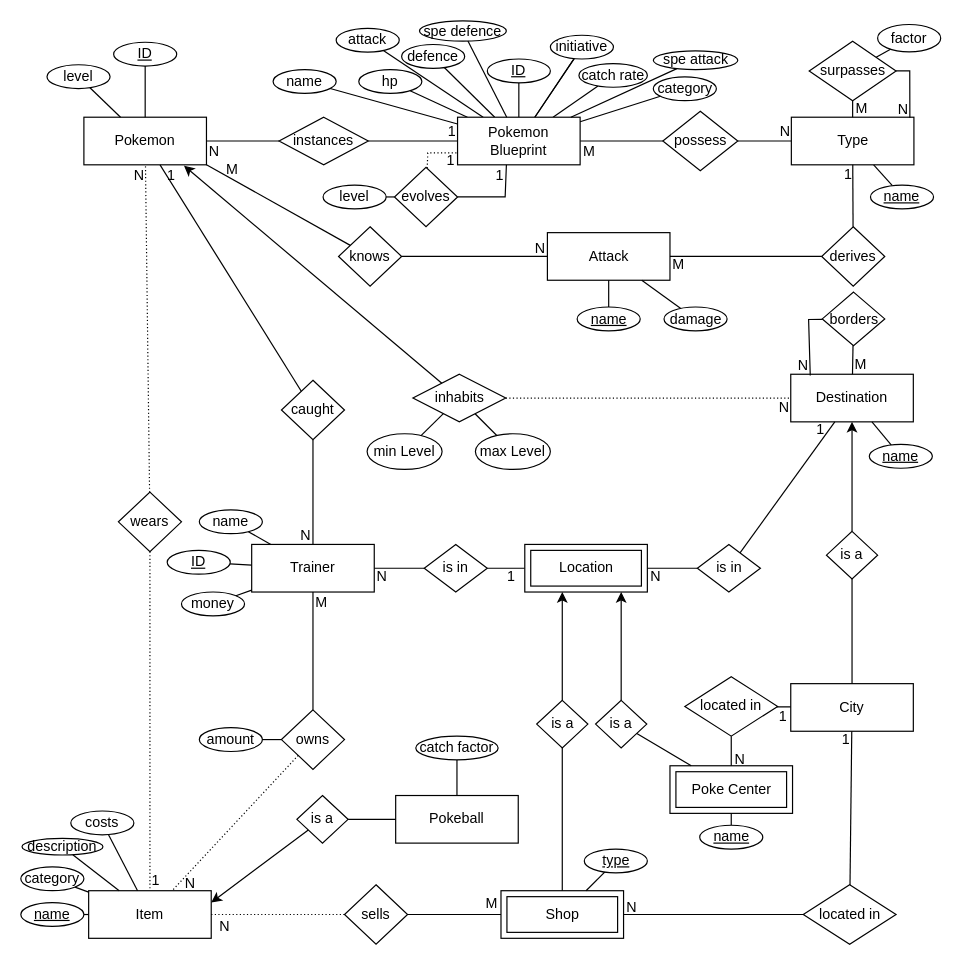
Above: Projekt/Pokemon Scuffed Grey.drawio in mypictur3esforu/Pokemon-Scuffed-Grey (draw.io), before the change. Source tidied: cells renumbered, new cells numbered last; positions are measured from the earlier drawing's top-left corner, leaving out a move shared by most shapes. Both pictures are drawn from the tidied source at 119%, with x=0, y=0 at pixel (20, 20).
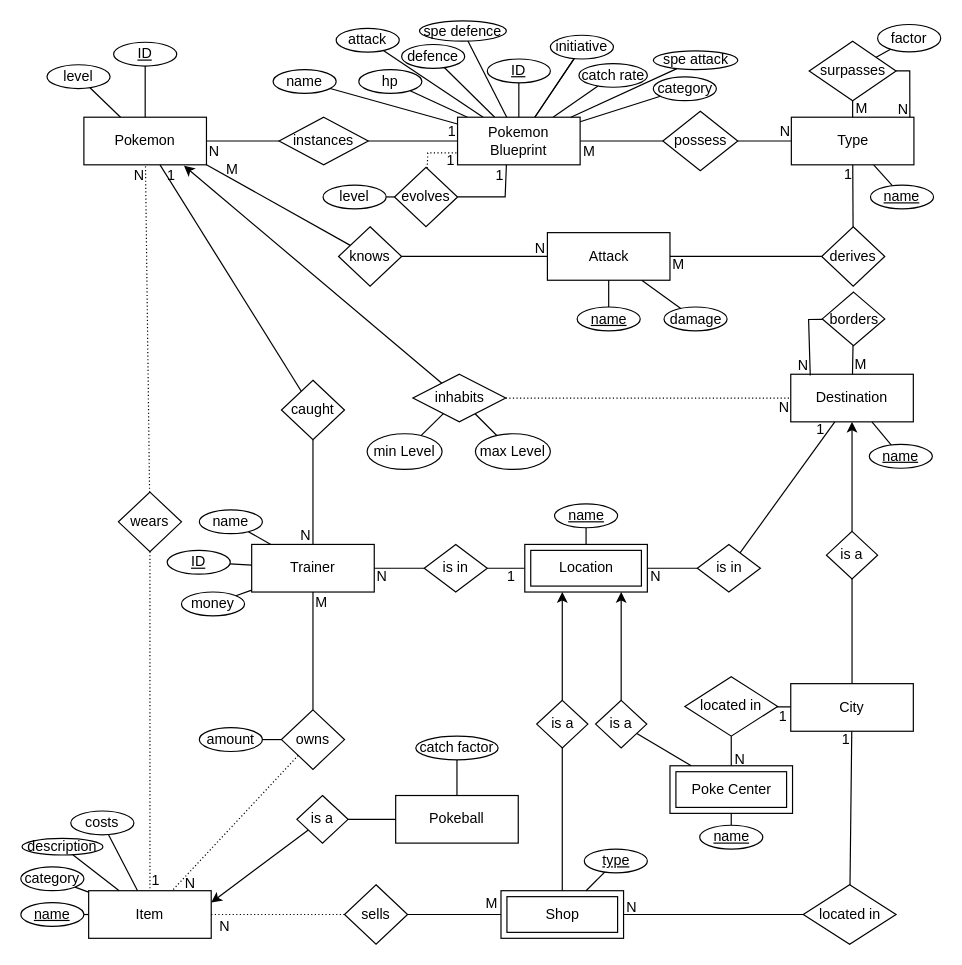
Above is the later version.

Commit message:
Primary key for Location added

Unchanged cells that the change refers to:
```xml
<mxCell id="157" value="Location" style="shape=ext;margin=3;double=1;whiteSpace=wrap;html=1;align=center;" parent="1" vertex="1">
  <mxGeometry x="423.5" y="440" width="103" height="40" as="geometry" />
</mxCell>
```

The edit, as a diff of the source:
```diff
@@
+    <mxCell id="169" value="name" style="ellipse;whiteSpace=wrap;html=1;align=center;fontStyle=4;" parent="1" vertex="1">
+      <mxGeometry x="448.5" y="406" width="53" height="20" as="geometry" />
+    </mxCell>
+    <mxCell id="170" style="endArrow=none;html=1;rounded=0;elbow=vertical;" parent="1" edge="1" source="169" target="157">
+      <mxGeometry relative="1" as="geometry" />
+    </mxCell>
```
